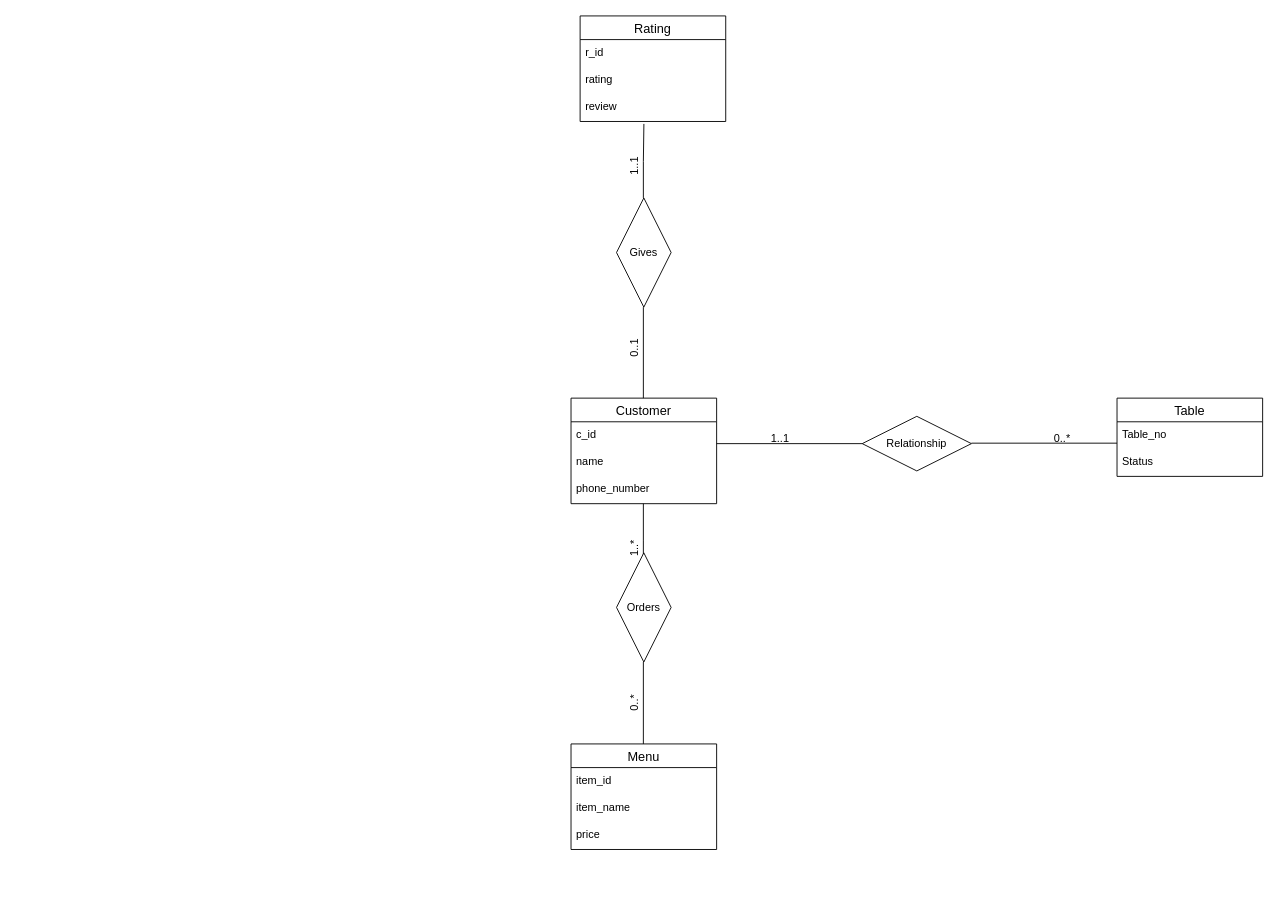
Earlier version of the draw.io diagram ER Diagram.drawio (PratikChakrabortyaz/Restaurant-DBMS). Source tidied: cells renumbered, new cells numbered last; positions are measured from the earlier drawing's top-left corner, leaving out a move shared by most shapes. Both pictures are drawn from the tidied source at 91%, with x=0, y=0 at pixel (571, 15).
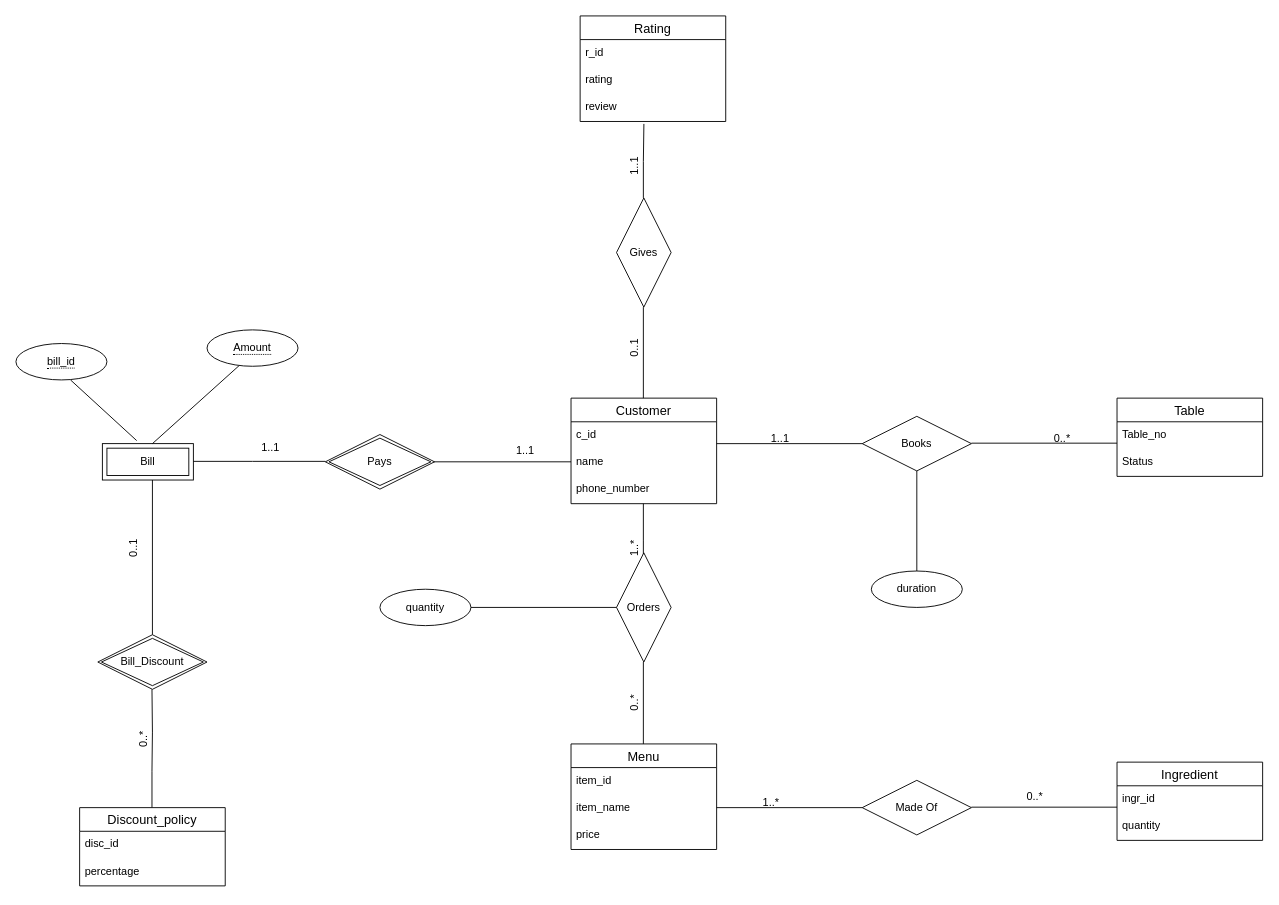
After the change.

The edit, as a diff of the source:
```diff
@@
-    <mxCell id="8" value="Relationship" style="shape=rhombus;perimeter=rhombusPerimeter;whiteSpace=wrap;html=1;align=center;" parent="1" vertex="1">
+    <mxCell id="8" value="Books" style="shape=rhombus;perimeter=rhombusPerimeter;whiteSpace=wrap;html=1;align=center;" parent="1" vertex="1">
       <mxGeometry x="320" y="440" width="120" height="60" as="geometry" />
     </mxCell>
@@
+    <mxCell id="32" style="endArrow=none;html=1;rounded=0;" parent="1" edge="1">
+      <mxGeometry relative="1" as="geometry">
+        <mxPoint x="160" y="870" as="sourcePoint" />
+        <mxPoint x="320" y="870" as="targetPoint" />
+      </mxGeometry>
+    </mxCell>
+    <mxCell id="33" value="1..*" style="text;strokeColor=none;align=center;fillColor=none;html=1;verticalAlign=middle;whiteSpace=wrap;rounded=0;" parent="1" vertex="1">
+      <mxGeometry x="190" y="850" width="60" height="30" as="geometry" />
+    </mxCell>
+    <mxCell id="34" value="Made Of" style="shape=rhombus;perimeter=rhombusPerimeter;whiteSpace=wrap;html=1;align=center;" parent="1" vertex="1">
+      <mxGeometry x="320" y="840" width="120" height="60" as="geometry" />
+    </mxCell>
+    <mxCell id="35" style="endArrow=none;html=1;rounded=0;" parent="1" edge="1">
+      <mxGeometry relative="1" as="geometry">
+        <mxPoint x="440" y="869.5" as="sourcePoint" />
+        <mxPoint x="600" y="869.5" as="targetPoint" />
+      </mxGeometry>
+    </mxCell>
+    <mxCell id="36" value="0..*" style="text;strokeColor=none;align=center;fillColor=none;html=1;verticalAlign=middle;whiteSpace=wrap;rounded=0;" parent="1" vertex="1">
+      <mxGeometry x="480" y="843" width="60" height="30" as="geometry" />
+    </mxCell>
+    <mxCell id="37" value="Ingredient" style="swimlane;fontStyle=0;horizontal=1;startSize=26;align=center;fontSize=14;" parent="1" vertex="1">
+      <mxGeometry x="600" y="820" width="160" height="86" as="geometry" />
+    </mxCell>
+    <mxCell id="38" value="ingr_id" style="text;strokeColor=none;fillColor=none;spacingLeft=4;spacingRight=4;overflow=hidden;fontSize=12;whiteSpace=wrap;html=1;" parent="37" vertex="1">
+      <mxGeometry y="26" width="160" height="30" as="geometry" />
+    </mxCell>
+    <mxCell id="39" value="quantity" style="text;strokeColor=none;fillColor=none;spacingLeft=4;spacingRight=4;overflow=hidden;fontSize=12;whiteSpace=wrap;html=1;" parent="37" vertex="1">
+      <mxGeometry y="56" width="160" height="30" as="geometry" />
+    </mxCell>
+    <mxCell id="40" style="endArrow=none;html=1;rounded=0;" parent="1" edge="1">
+      <mxGeometry relative="1" as="geometry">
+        <mxPoint x="-160" y="490" as="sourcePoint" />
+        <mxPoint y="490" as="targetPoint" />
+      </mxGeometry>
+    </mxCell>
+    <mxCell id="41" value="1..1" style="text;strokeColor=none;align=center;fillColor=none;html=1;verticalAlign=middle;whiteSpace=wrap;rounded=0;" parent="1" vertex="1">
+      <mxGeometry x="-80" y="463" width="60" height="30" as="geometry" />
+    </mxCell>
+    <mxCell id="42" value="Pays" style="shape=rhombus;double=1;perimeter=rhombusPerimeter;whiteSpace=wrap;html=1;align=center;" parent="1" vertex="1">
+      <mxGeometry x="-270" y="460" width="120" height="60" as="geometry" />
+    </mxCell>
+    <mxCell id="43" style="endArrow=none;html=1;rounded=0;" parent="1" edge="1">
+      <mxGeometry relative="1" as="geometry">
+        <mxPoint x="-430" y="489.5" as="sourcePoint" />
+        <mxPoint x="-270" y="489.5" as="targetPoint" />
+        <Array as="points">
+          <mxPoint x="-350" y="489.5" />
+        </Array>
+      </mxGeometry>
+    </mxCell>
+    <mxCell id="44" value="1..1" style="text;strokeColor=none;align=center;fillColor=none;html=1;verticalAlign=middle;whiteSpace=wrap;rounded=0;" parent="1" vertex="1">
+      <mxGeometry x="-360" y="460" width="60" height="30" as="geometry" />
+    </mxCell>
+    <mxCell id="45" value="Bill" style="shape=ext;margin=3;double=1;whiteSpace=wrap;html=1;align=center;" parent="1" vertex="1">
+      <mxGeometry x="-515" y="470" width="100" height="40" as="geometry" />
+    </mxCell>
+    <mxCell id="46" style="endArrow=none;html=1;rounded=0;entryX=0.377;entryY=-0.083;entryDx=0;entryDy=0;entryPerimeter=0;" parent="1" edge="1" target="45">
+      <mxGeometry relative="1" as="geometry">
+        <mxPoint x="-550" y="400" as="sourcePoint" />
+      </mxGeometry>
+    </mxCell>
+    <mxCell id="47" value="&lt;span style=&quot;border-bottom: 1px dotted&quot;&gt;bill_id&lt;/span&gt;" style="ellipse;whiteSpace=wrap;html=1;align=center;" parent="1" vertex="1">
+      <mxGeometry x="-610" y="360" width="100" height="40" as="geometry" />
+    </mxCell>
+    <mxCell id="48" style="endArrow=none;html=1;rounded=0;" parent="1" edge="1">
+      <mxGeometry relative="1" as="geometry">
+        <mxPoint x="-460" y="470" as="sourcePoint" />
+        <mxPoint x="-360" y="380" as="targetPoint" />
+      </mxGeometry>
+    </mxCell>
+    <mxCell id="49" value="&lt;span style=&quot;border-bottom: 1px dotted&quot;&gt;Amount&lt;/span&gt;" style="ellipse;whiteSpace=wrap;html=1;align=center;" parent="1" vertex="1">
+      <mxGeometry x="-400" y="345" width="100" height="40" as="geometry" />
+    </mxCell>
+    <mxCell id="50" style="endArrow=none;html=1;rounded=0;" parent="1" edge="1">
+      <mxGeometry relative="1" as="geometry">
+        <mxPoint x="-460" y="510" as="sourcePoint" />
+        <mxPoint x="-460" y="680" as="targetPoint" />
+        <Array as="points">
+          <mxPoint x="-460" y="610" />
+        </Array>
+      </mxGeometry>
+    </mxCell>
+    <mxCell id="51" value="0..1" style="text;strokeColor=none;align=center;fillColor=none;html=1;verticalAlign=middle;whiteSpace=wrap;rounded=0;rotation=270;" parent="1" vertex="1">
+      <mxGeometry x="-510" y="570" width="60" height="30" as="geometry" />
+    </mxCell>
+    <mxCell id="52" value="Bill_Discount" style="shape=rhombus;double=1;perimeter=rhombusPerimeter;whiteSpace=wrap;html=1;align=center;" parent="1" vertex="1">
+      <mxGeometry x="-520" y="680" width="120" height="60" as="geometry" />
+    </mxCell>
+    <mxCell id="53" style="endArrow=none;html=1;rounded=0;" parent="1" edge="1">
+      <mxGeometry relative="1" as="geometry">
+        <mxPoint x="-460.5" y="740" as="sourcePoint" />
+        <mxPoint x="-460.5" y="870" as="targetPoint" />
+        <Array as="points">
+          <mxPoint x="-460" y="787" />
+          <mxPoint x="-460.5" y="830" />
+        </Array>
+      </mxGeometry>
+    </mxCell>
+    <mxCell id="54" value="0..*" style="text;strokeColor=none;align=center;fillColor=none;html=1;verticalAlign=middle;whiteSpace=wrap;rounded=0;rotation=270;" parent="1" vertex="1">
+      <mxGeometry x="-500" y="780" width="60" height="30" as="geometry" />
+    </mxCell>
+    <mxCell id="55" value="Discount_policy" style="swimlane;fontStyle=0;horizontal=1;startSize=26;align=center;fontSize=14;" parent="1" vertex="1">
+      <mxGeometry x="-540" y="870" width="160" height="86" as="geometry" />
+    </mxCell>
+    <mxCell id="56" value="disc_id" style="text;strokeColor=none;fillColor=none;spacingLeft=4;spacingRight=4;overflow=hidden;fontSize=12;whiteSpace=wrap;html=1;" parent="55" vertex="1">
+      <mxGeometry y="26" width="160" height="30" as="geometry" />
+    </mxCell>
+    <mxCell id="57" value="percentage" style="text;strokeColor=none;fillColor=none;spacingLeft=4;spacingRight=4;overflow=hidden;fontSize=12;whiteSpace=wrap;html=1;" parent="55" vertex="1">
+      <mxGeometry y="56" width="160" height="30" as="geometry" />
+    </mxCell>
+    <mxCell id="58" style="endArrow=none;html=1;rounded=0;" parent="1" edge="1">
+      <mxGeometry relative="1" as="geometry">
+        <mxPoint x="380" y="500" as="sourcePoint" />
+        <mxPoint x="380" y="610" as="targetPoint" />
+      </mxGeometry>
+    </mxCell>
+    <mxCell id="59" value="duration" style="ellipse;whiteSpace=wrap;html=1;align=center;" parent="1" vertex="1">
+      <mxGeometry x="330" y="610" width="100" height="40" as="geometry" />
+    </mxCell>
+    <mxCell id="60" style="endArrow=none;html=1;rounded=0;" parent="1" edge="1">
+      <mxGeometry relative="1" as="geometry">
+        <mxPoint x="-110" y="650" as="sourcePoint" />
+        <mxPoint x="50" y="650" as="targetPoint" />
+      </mxGeometry>
+    </mxCell>
+    <mxCell id="61" value="quantity" style="ellipse;whiteSpace=wrap;html=1;align=center;" parent="1" vertex="1">
+      <mxGeometry x="-210" y="630" width="100" height="40" as="geometry" />
+    </mxCell>
```
